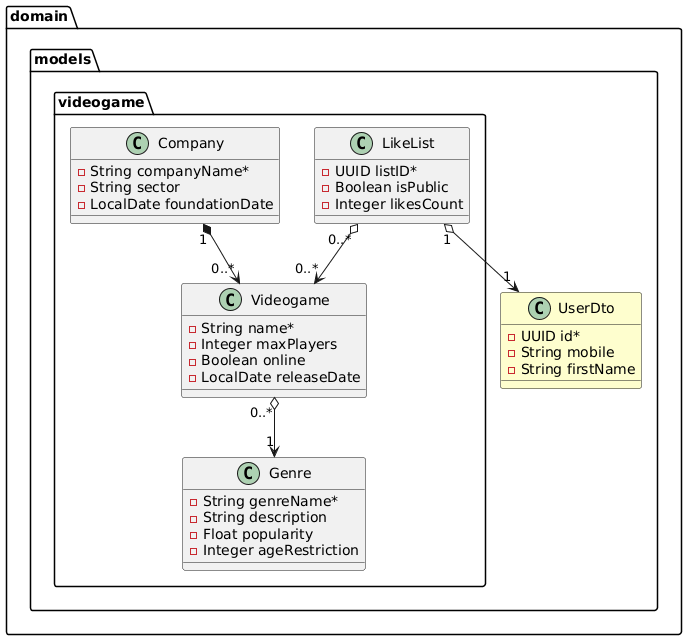
miw-upm/apaw-practice keeps this PlantUML diagram as docs/videogame.png. Above is the earlier version. The source it was exported from:
```plantuml
@startuml
package domain {
  package models {
    package videogame {
      class Genre {
        -String genreName*
        -String description
        -Float popularity
        -Integer ageRestriction
      }
      class Videogame {
        -String name*
        -Integer maxPlayers
        -Boolean online
        -LocalDate releaseDate

      }
      class LikeList {
        -UUID listID*
        -Boolean isPublic
        -Integer likesCount
      }
      class Company{
        -String companyName*
        -String sector
        -LocalDate foundationDate

      }
      LikeList "0..*" o--> "0..*" Videogame
      Company "1" *--> "0..*" Videogame
      Videogame"0..*" o--> "1" Genre
    }
    class UserDto #FEFECE {
      - UUID id*
      - String mobile
      - String firstName
    }
          LikeList "1" o--> "1" UserDto
  }
}
@enduml
```
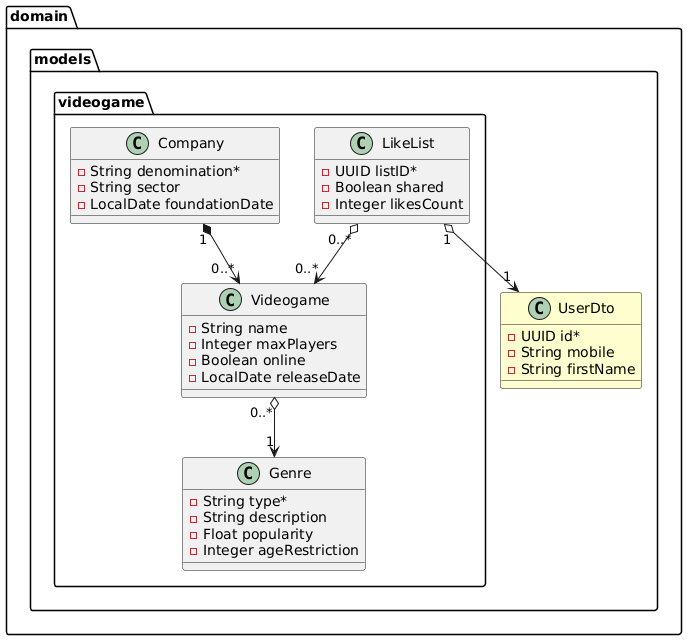
The same file after the commit.

What changed in the source:
```diff
@@ -3,13 +3,13 @@
   package models {
     package videogame {
       class Genre {
-        -String genreName*
+        -String type*
         -String description
         -Float popularity
         -Integer ageRestriction
       }
       class Videogame {
-        -String name*
+        -String name
         -Integer maxPlayers
         -Boolean online
         -LocalDate releaseDate
@@ -17,11 +17,11 @@
       }
       class LikeList {
         -UUID listID*
-        -Boolean isPublic
+        -Boolean shared
         -Integer likesCount
       }
       class Company{
-        -String companyName*
+        -String denomination*
         -String sector
         -LocalDate foundationDate
 
```
